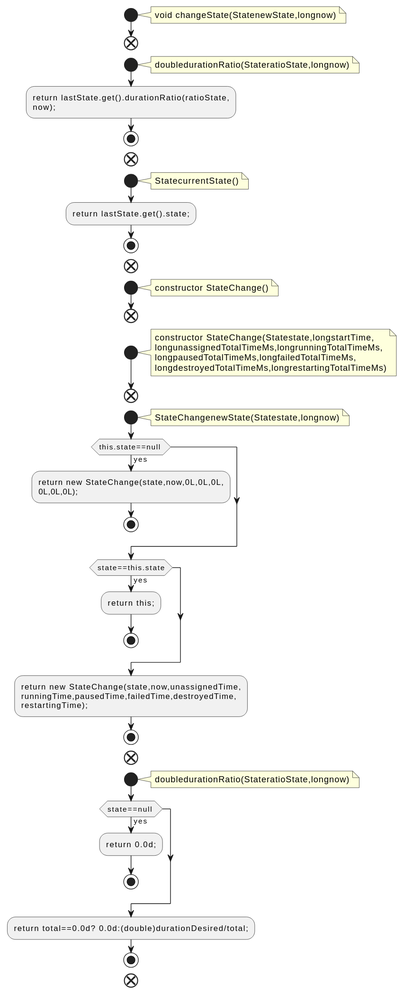
Before: docs/qc/connect/runtime/src/main/java/org/apache/kafka/connect/runtime/StateTracker.java.fct.svg, a diagram exported from PlantUML (qualitesys/kafka).
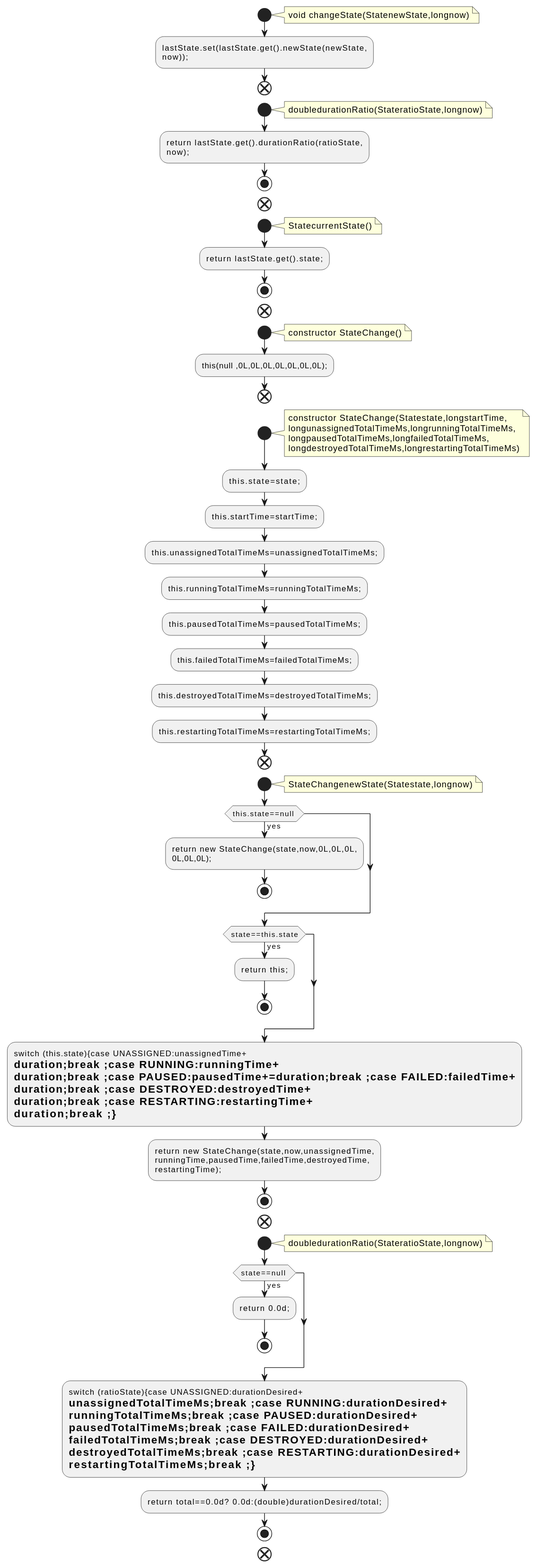
The same file after the commit.

Diff of the diagram source:
```diff
@@ -4,6 +4,8 @@
 note right
 void changeState(StatenewState,longnow)
 end note
+:lastState.set(lastState.get().newState(newState,
+now));;
 end
 start
 note right
@@ -24,6 +26,7 @@
 note right
 constructor StateChange()
 end note
+:this(null ,0L,0L,0L,0L,0L,0L,0L);;
 end
 start
 note right
@@ -32,6 +35,14 @@
 longpausedTotalTimeMs,longfailedTotalTimeMs,
 longdestroyedTotalTimeMs,longrestartingTotalTimeMs)
 end note
+:this.state=state;;
+:this.startTime=startTime;;
+:this.unassignedTotalTimeMs=unassignedTotalTimeMs;;
+:this.runningTotalTimeMs=runningTotalTimeMs;;
+:this.pausedTotalTimeMs=pausedTotalTimeMs;;
+:this.failedTotalTimeMs=failedTotalTimeMs;;
+:this.destroyedTotalTimeMs=destroyedTotalTimeMs;;
+:this.restartingTotalTimeMs=restartingTotalTimeMs;;
 end
 start
 note right
@@ -46,6 +57,12 @@
 :return this;;
 stop
 endif
+:switch (this.state){case UNASSIGNED:unassignedTime+
+=duration;break ;case RUNNING:runningTime+
+=duration;break ;case PAUSED:pausedTime+=duration;break ;case FAILED:failedTime+
+=duration;break ;case DESTROYED:destroyedTime+
+=duration;break ;case RESTARTING:restartingTime+
+=duration;break ;};
 :return new StateChange(state,now,unassignedTime,
 runningTime,pausedTime,failedTime,destroyedTime,
 restartingTime);;
@@ -59,6 +76,13 @@
 :return 0.0d;;
 stop
 endif
+:switch (ratioState){case UNASSIGNED:durationDesired+
+=unassignedTotalTimeMs;break ;case RUNNING:durationDesired+
+=runningTotalTimeMs;break ;case PAUSED:durationDesired+
+=pausedTotalTimeMs;break ;case FAILED:durationDesired+
+=failedTotalTimeMs;break ;case DESTROYED:durationDesired+
+=destroyedTotalTimeMs;break ;case RESTARTING:durationDesired+
+=restartingTotalTimeMs;break ;};
 :return total==0.0d? 0.0d:(double)durationDesired/total;;
 stop
 end
```
